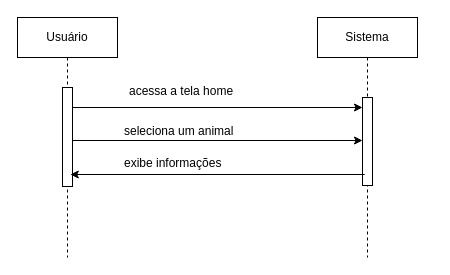
The draw.io diagram Diagrama de Sequência(RF005).drawio in JoaoGans/DRAW.tcc, before the edit. Source tidied: cells renumbered, new cells numbered last; positions are measured from the earlier drawing's top-left corner, leaving out a move shared by most shapes. Both pictures are drawn from the tidied source at 100%, with x=0, y=0 at pixel (17, 17).
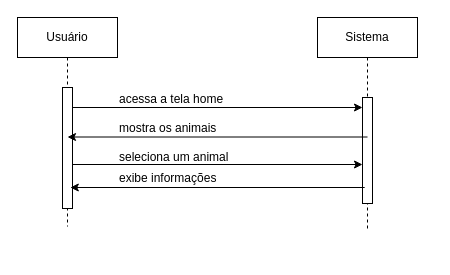
After the change.

The edit, as a diff of the source:
```diff
@@
 <mxGraphModel>
   <root>
     <mxCell id="0" />
     <mxCell id="1" parent="0" />
     <mxCell id="2" value="Usuário" style="shape=umlLifeline;perimeter=lifelinePerimeter;whiteSpace=wrap;html=1;newEdgeStyle={&quot;edgeStyle&quot;:&quot;elbowEdgeStyle&quot;,&quot;elbow&quot;:&quot;vertical&quot;,&quot;curved&quot;:0,&quot;rounded&quot;:0};" parent="1" vertex="1">
-      <mxGeometry width="100" height="240" as="geometry" />
+      <mxGeometry width="100" height="209" as="geometry" />
     </mxCell>
     <mxCell id="3" style="html=1;perimeter=orthogonalPerimeter;targetShapes=umlLifeline;newEdgeStyle={&quot;edgeStyle&quot;:&quot;elbowEdgeStyle&quot;,&quot;elbow&quot;:&quot;vertical&quot;,&quot;curved&quot;:0,&quot;rounded&quot;:0};" parent="2" vertex="1">
-      <mxGeometry x="45" y="70" width="10" height="99" as="geometry" />
+      <mxGeometry x="45" y="70" width="10" height="121" as="geometry" />
     </mxCell>
     <mxCell id="4" value="Sistema" style="shape=umlLifeline;perimeter=lifelinePerimeter;whiteSpace=wrap;html=1;newEdgeStyle={&quot;edgeStyle&quot;:&quot;elbowEdgeStyle&quot;,&quot;elbow&quot;:&quot;vertical&quot;,&quot;curved&quot;:0,&quot;rounded&quot;:0};" parent="1" vertex="1">
-      <mxGeometry x="300" width="100" height="240" as="geometry" />
+      <mxGeometry x="300" width="100" height="211" as="geometry" />
     </mxCell>
     <mxCell id="5" style="html=1;points=[];perimeter=orthogonalPerimeter;outlineConnect=0;targetShapes=umlLifeline;portConstraint=eastwest;newEdgeStyle={&quot;edgeStyle&quot;:&quot;elbowEdgeStyle&quot;,&quot;elbow&quot;:&quot;vertical&quot;,&quot;curved&quot;:0,&quot;rounded&quot;:0};" parent="4" vertex="1">
-      <mxGeometry x="45" y="80" width="10" height="88" as="geometry" />
+      <mxGeometry x="45" y="80" width="10" height="106" as="geometry" />
     </mxCell>
     <mxCell id="6" style="endArrow=classic;html=1;rounded=0;" parent="1" edge="1" target="5">
       <mxGeometry relative="1" as="geometry">
         <mxPoint x="55" y="90" as="sourcePoint" />
       </mxGeometry>
     </mxCell>
     <mxCell id="7" value=" acessa a tela home" style="text;whiteSpace=wrap;html=1;" parent="1" vertex="1">
-      <mxGeometry x="110" y="60" width="180" height="40" as="geometry" />
+      <mxGeometry x="100" y="68" width="180" height="40" as="geometry" />
     </mxCell>
     <mxCell id="8" style="endArrow=classic;html=1;rounded=0;" parent="1" edge="1">
       <mxGeometry relative="1" as="geometry">
-        <mxPoint x="347.2" y="157" as="sourcePoint" />
-        <mxPoint x="52.8" y="157" as="targetPoint" />
+        <mxPoint x="347.2" y="170" as="sourcePoint" />
+        <mxPoint x="52.8" y="170" as="targetPoint" />
       </mxGeometry>
     </mxCell>
     <mxCell id="9" value="seleciona um animal" style="text;whiteSpace=wrap;html=1;" parent="1" vertex="1">
-      <mxGeometry x="105" y="100" width="190" height="40" as="geometry" />
+      <mxGeometry x="100" y="126" width="190" height="21" as="geometry" />
     </mxCell>
     <mxCell id="10" value="exibe informações" style="text;whiteSpace=wrap;html=1;" parent="1" vertex="1">
-      <mxGeometry x="105" y="132" width="310" height="40" as="geometry" />
+      <mxGeometry x="100" y="147" width="310" height="40" as="geometry" />
     </mxCell>
     <mxCell id="11" style="endArrow=classic;html=1;rounded=0;" parent="1" edge="1">
       <mxGeometry relative="1" as="geometry">
-        <mxPoint x="55" y="123" as="sourcePoint" />
-        <mxPoint x="345" y="123" as="targetPoint" />
+        <mxPoint x="55" y="147" as="sourcePoint" />
+        <mxPoint x="345" y="147" as="targetPoint" />
       </mxGeometry>
     </mxCell>
+    <mxCell id="12" style="endArrow=classic;html=1;rounded=0;" parent="1" edge="1">
+      <mxGeometry relative="1" as="geometry">
+        <mxPoint x="350" y="119.5" as="sourcePoint" />
+        <mxPoint x="50" y="119.5" as="targetPoint" />
+      </mxGeometry>
+    </mxCell>
+    <mxCell id="13" value="mostra os animais" style="text;whiteSpace=wrap;html=1;" parent="1" vertex="1">
+      <mxGeometry x="100" y="97" width="190" height="21" as="geometry" />
+    </mxCell>
   </root>
 </mxGraphModel>
```
